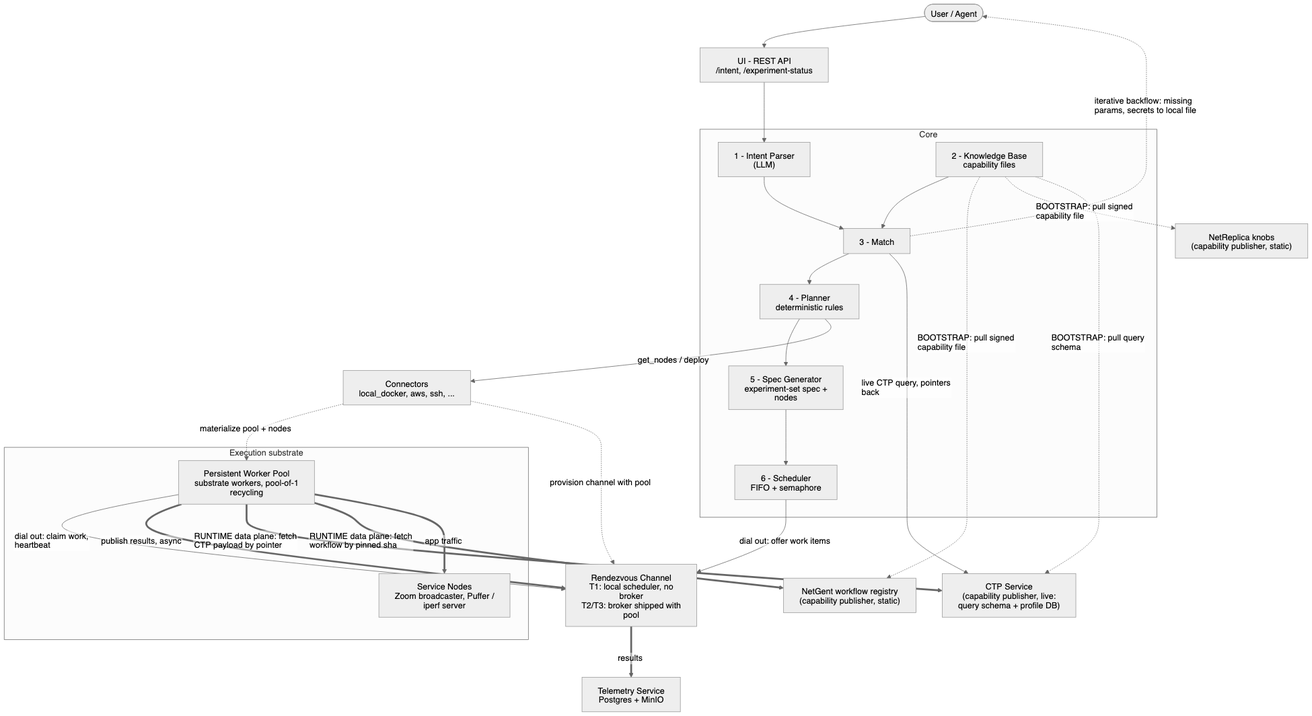
Before: diagrams/pramana-architecture.png, a diagram exported from Mermaid (SNL-UCSB/agentic-thin-waist). Its source is kept beside it as diagrams/pramana-architecture.mmd.
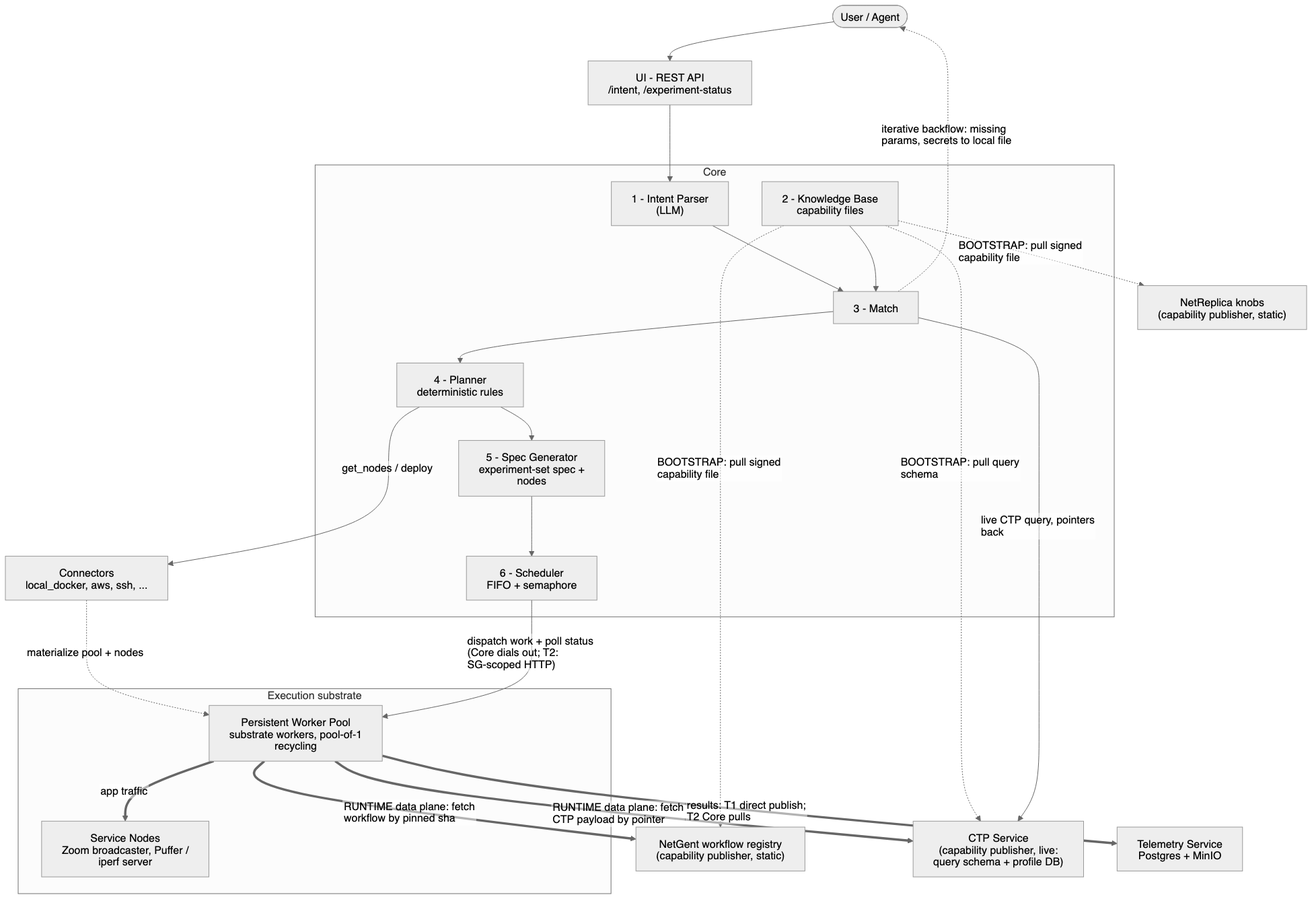
Above is the later version.

Change to the diagram source:
```diff
@@ -12,8 +12,6 @@
     end
 
     CONN["Connectors<br/>local_docker, aws, ssh, ..."]
-
-    RDV["Rendezvous Channel<br/>T1: local scheduler, no broker<br/>T2/T3: broker shipped with pool"]
 
     NG["NetGent workflow registry<br/>(capability publisher, static)"]
     NR["NetReplica knobs<br/>(capability publisher, static)"]
@@ -40,11 +38,8 @@
     MATCH -->|"live CTP query, pointers back"| CTP
     PLAN -->|"get_nodes / deploy"| CONN
     CONN -.->|"materialize pool + nodes"| POOL
-    CONN -.->|"provision channel with pool"| RDV
-    SCHED -->|"dial out: offer work items"| RDV
-    POOL -->|"dial out: claim work, heartbeat"| RDV
-    POOL ==>|"publish results, async"| RDV
-    RDV ==>|"results"| TEL
+    SCHED -->|"dispatch work + poll status (Core dials out; T2: SG-scoped HTTP)"| POOL
+    POOL ==>|"results: T1 direct publish; T2 Core pulls"| TEL
     POOL ==>|"RUNTIME data plane: fetch CTP payload by pointer"| CTP
     POOL ==>|"RUNTIME data plane: fetch workflow by pinned sha"| NG
     POOL ==>|"app traffic"| NODE
```
